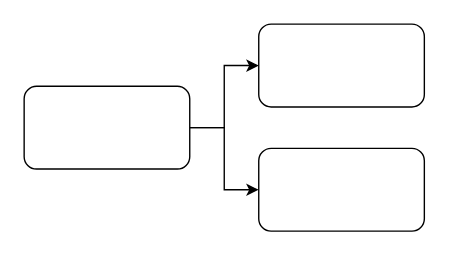
This is 未命名绘图.drawio from laowan/notes, a draw.io file, before an edit. Source tidied: cells renumbered, new cells numbered last; positions are measured from the earlier drawing's top-left corner, leaving out a move shared by most shapes. Both pictures are drawn from the tidied source at 138%, with x=0, y=0 at pixel (23, 23).
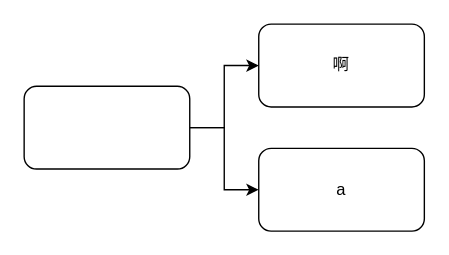
Above is the later version.

Commit message:
已添加 未命名绘图.drawio

What changed in the source:
```diff
@@
 <mxGraphModel>
   <root>
     <mxCell id="0" />
     <mxCell id="1" parent="0" />
     <mxCell id="2" style="edgeStyle=orthogonalEdgeStyle;rounded=0;jettySize=auto;html=1;exitX=1;exitY=0.5;exitDx=0;exitDy=0;entryX=0;entryY=0.5;entryDx=0;entryDy=0;" parent="1" edge="1" source="4" target="5">
       <mxGeometry relative="1" as="geometry" />
     </mxCell>
     <mxCell id="3" style="edgeStyle=orthogonalEdgeStyle;rounded=0;jettySize=auto;html=1;entryX=0;entryY=0.5;entryDx=0;entryDy=0;" parent="1" edge="1" source="4" target="6">
       <mxGeometry relative="1" as="geometry" />
     </mxCell>
     <mxCell id="4" style="rounded=1;whiteSpace=wrap;html=1;" parent="1" vertex="1">
       <mxGeometry y="45" width="120" height="60" as="geometry" />
     </mxCell>
-    <mxCell id="5" style="rounded=1;whiteSpace=wrap;html=1;" parent="1" vertex="1">
+    <mxCell id="5" value="啊" style="rounded=1;whiteSpace=wrap;html=1;" parent="1" vertex="1">
       <mxGeometry x="170" width="120" height="60" as="geometry" />
     </mxCell>
-    <mxCell id="6" style="rounded=1;whiteSpace=wrap;html=1;" parent="1" vertex="1">
+    <mxCell id="6" value="a" style="rounded=1;whiteSpace=wrap;html=1;" parent="1" vertex="1">
       <mxGeometry x="170" y="90" width="120" height="60" as="geometry" />
     </mxCell>
   </root>
 </mxGraphModel>
```
